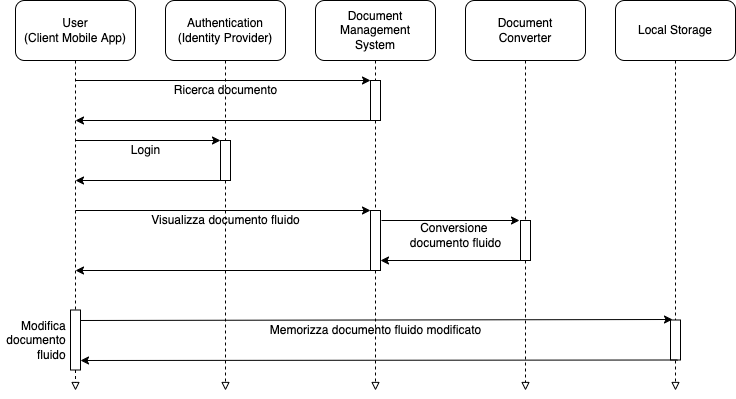
This is img/tesi-2-Use-case2.drawio.png from paganellif/tesi-paganelli, a draw.io export, as it was before one commit. Source tidied: cells renumbered, new cells last; positions are measured from the earlier drawing's top-left corner, leaving out a move shared by most shapes. Source of this version:
```xml
<mxGraphModel>
  <root>
    <mxCell id="0" />
    <mxCell id="1" parent="0" />
    <mxCell id="2" style="edgeStyle=none;rounded=0;jettySize=auto;html=1;endArrow=block;endFill=0;dashed=1;strokeWidth=1;startArrow=none;" parent="1" edge="1" source="36">
      <mxGeometry relative="1" as="geometry">
        <mxPoint x="75" y="390" as="targetPoint" />
      </mxGeometry>
    </mxCell>
    <mxCell id="3" value="User&lt;br&gt;(Client Mobile App)" style="rounded=1;whiteSpace=wrap;html=1;" parent="1" vertex="1">
      <mxGeometry x="15" width="120" height="60" as="geometry" />
    </mxCell>
    <mxCell id="4" value="&lt;span style=&quot;&quot;&gt;Authentication&lt;/span&gt;&lt;br style=&quot;&quot;&gt;&lt;span style=&quot;&quot;&gt;(Identity Provider)&lt;/span&gt;" style="rounded=1;whiteSpace=wrap;html=1;" parent="1" vertex="1">
      <mxGeometry x="165" width="120" height="60" as="geometry" />
    </mxCell>
    <mxCell id="5" value="&lt;span style=&quot;&quot;&gt;Local Storage&lt;/span&gt;" style="rounded=1;whiteSpace=wrap;html=1;" parent="1" vertex="1">
      <mxGeometry x="615" width="120" height="60" as="geometry" />
    </mxCell>
    <mxCell id="6" value="&lt;span style=&quot;&quot;&gt;Document&lt;br&gt;&lt;/span&gt;&lt;span style=&quot;&quot;&gt;Converter&lt;/span&gt;" style="rounded=1;whiteSpace=wrap;html=1;" parent="1" vertex="1">
      <mxGeometry x="465" width="120" height="60" as="geometry" />
    </mxCell>
    <mxCell id="7" value="Document Management&lt;br&gt;System" style="rounded=1;whiteSpace=wrap;html=1;" parent="1" vertex="1">
      <mxGeometry x="315" width="120" height="60" as="geometry" />
    </mxCell>
    <mxCell id="8" style="edgeStyle=none;rounded=0;jettySize=auto;html=1;endArrow=block;endFill=0;dashed=1;strokeWidth=1;exitX=0.5;exitY=1;exitDx=0;exitDy=0;startArrow=none;" parent="1" edge="1" source="12">
      <mxGeometry relative="1" as="geometry">
        <mxPoint x="225" y="390" as="targetPoint" />
      </mxGeometry>
    </mxCell>
    <mxCell id="9" style="edgeStyle=none;rounded=0;jettySize=auto;html=1;endArrow=block;endFill=0;dashed=1;strokeWidth=1;exitX=0.5;exitY=1;exitDx=0;exitDy=0;startArrow=none;" parent="1" edge="1" source="17">
      <mxGeometry relative="1" as="geometry">
        <mxPoint x="375" y="390" as="targetPoint" />
      </mxGeometry>
    </mxCell>
    <mxCell id="10" style="edgeStyle=none;rounded=0;jettySize=auto;html=1;endArrow=block;endFill=0;dashed=1;strokeWidth=1;exitX=0.5;exitY=1;exitDx=0;exitDy=0;startArrow=none;" parent="1" edge="1" source="22">
      <mxGeometry relative="1" as="geometry">
        <mxPoint x="525" y="390" as="targetPoint" />
      </mxGeometry>
    </mxCell>
    <mxCell id="11" style="edgeStyle=none;rounded=0;jettySize=auto;html=1;endArrow=block;endFill=0;dashed=1;strokeWidth=1;exitX=0.5;exitY=1;exitDx=0;exitDy=0;" parent="1" edge="1" source="5">
      <mxGeometry relative="1" as="geometry">
        <mxPoint x="675" y="390" as="targetPoint" />
      </mxGeometry>
    </mxCell>
    <mxCell id="12" style="rounded=0;whiteSpace=wrap;html=1;" parent="1" vertex="1">
      <mxGeometry x="220" y="140" width="10" height="40" as="geometry" />
    </mxCell>
    <mxCell id="13" style="edgeStyle=none;rounded=0;jettySize=auto;html=1;endArrow=none;endFill=0;dashed=1;strokeWidth=1;exitX=0.5;exitY=1;exitDx=0;exitDy=0;" parent="1" edge="1" source="4" target="12">
      <mxGeometry relative="1" as="geometry" />
    </mxCell>
    <mxCell id="14" style="endArrow=classic;html=1;rounded=0;strokeWidth=1;" parent="1" edge="1">
      <mxGeometry relative="1" as="geometry">
        <mxPoint x="75" y="140" as="sourcePoint" />
        <mxPoint x="220" y="140" as="targetPoint" />
      </mxGeometry>
    </mxCell>
    <mxCell id="15" style="endArrow=none;html=1;rounded=0;strokeWidth=1;startArrow=classic;startFill=1;endFill=0;" parent="1" edge="1">
      <mxGeometry relative="1" as="geometry">
        <mxPoint x="75" y="180" as="sourcePoint" />
        <mxPoint x="220" y="180" as="targetPoint" />
      </mxGeometry>
    </mxCell>
    <mxCell id="16" value="Login" style="text;html=1;align=center;verticalAlign=middle;strokeColor=none;fillColor=none;" parent="1" vertex="1">
      <mxGeometry x="125" y="140" width="40" height="20" as="geometry" />
    </mxCell>
    <mxCell id="17" style="rounded=0;whiteSpace=wrap;html=1;" parent="1" vertex="1">
      <mxGeometry x="370" y="210" width="10" height="60" as="geometry" />
    </mxCell>
    <mxCell id="18" style="edgeStyle=none;rounded=0;jettySize=auto;html=1;endArrow=none;endFill=0;dashed=1;strokeWidth=1;exitX=0.5;exitY=1;exitDx=0;exitDy=0;" parent="1" edge="1" source="7" target="17">
      <mxGeometry relative="1" as="geometry" />
    </mxCell>
    <mxCell id="19" style="endArrow=none;html=1;rounded=0;strokeWidth=1;startArrow=classic;startFill=1;endFill=0;" parent="1" edge="1">
      <mxGeometry relative="1" as="geometry">
        <mxPoint x="370" y="210" as="sourcePoint" />
        <mxPoint x="75" y="210" as="targetPoint" />
      </mxGeometry>
    </mxCell>
    <mxCell id="20" style="endArrow=none;html=1;rounded=0;strokeWidth=1;startArrow=classic;startFill=1;endFill=0;" parent="1" edge="1">
      <mxGeometry relative="1" as="geometry">
        <mxPoint x="75" y="270" as="sourcePoint" />
        <mxPoint x="370" y="270" as="targetPoint" />
      </mxGeometry>
    </mxCell>
    <mxCell id="21" value="Visualizza documento fluido" style="text;html=1;align=center;verticalAlign=middle;strokeColor=none;fillColor=none;" parent="1" vertex="1">
      <mxGeometry x="145" y="210" width="160" height="20" as="geometry" />
    </mxCell>
    <mxCell id="22" style="rounded=0;whiteSpace=wrap;html=1;" parent="1" vertex="1">
      <mxGeometry x="520" y="220" width="10" height="40" as="geometry" />
    </mxCell>
    <mxCell id="23" style="edgeStyle=none;rounded=0;jettySize=auto;html=1;endArrow=none;endFill=0;dashed=1;strokeWidth=1;exitX=0.5;exitY=1;exitDx=0;exitDy=0;" parent="1" edge="1" source="6" target="22">
      <mxGeometry relative="1" as="geometry" />
    </mxCell>
    <mxCell id="24" style="endArrow=none;html=1;rounded=0;strokeWidth=1;startArrow=classic;startFill=1;endFill=0;" parent="1" edge="1">
      <mxGeometry relative="1" as="geometry">
        <mxPoint x="380" y="260" as="sourcePoint" />
        <mxPoint x="525" y="260" as="targetPoint" />
      </mxGeometry>
    </mxCell>
    <mxCell id="25" style="endArrow=none;html=1;rounded=0;strokeWidth=1;startArrow=classic;startFill=1;endFill=0;" parent="1" edge="1">
      <mxGeometry relative="1" as="geometry">
        <mxPoint x="519" y="220" as="sourcePoint" />
        <mxPoint x="381" y="220" as="targetPoint" />
      </mxGeometry>
    </mxCell>
    <mxCell id="26" value="Conversione &lt;br&gt;documento fluido" style="text;html=1;align=center;verticalAlign=middle;strokeColor=none;fillColor=none;" parent="1" vertex="1">
      <mxGeometry x="400" y="220" width="110" height="30" as="geometry" />
    </mxCell>
    <mxCell id="27" value="Modifica &lt;br&gt;documento &lt;br&gt;&lt;div style=&quot;&quot;&gt;&lt;span style=&quot;background-color: initial;&quot;&gt;fluido&amp;nbsp;&lt;/span&gt;&lt;/div&gt;" style="text;html=1;align=right;verticalAlign=middle;strokeColor=none;fillColor=none;" parent="1" vertex="1">
      <mxGeometry y="314.5" width="70" height="50" as="geometry" />
    </mxCell>
    <mxCell id="28" style="rounded=0;whiteSpace=wrap;html=1;" parent="1" vertex="1">
      <mxGeometry x="670" y="319.5" width="10" height="40" as="geometry" />
    </mxCell>
    <mxCell id="29" style="endArrow=none;html=1;rounded=0;strokeWidth=1;startArrow=classic;startFill=1;endFill=0;" parent="1" edge="1">
      <mxGeometry relative="1" as="geometry">
        <mxPoint x="80" y="360" as="sourcePoint" />
        <mxPoint x="677" y="359.5" as="targetPoint" />
      </mxGeometry>
    </mxCell>
    <mxCell id="30" style="endArrow=none;html=1;rounded=0;strokeWidth=1;startArrow=classic;startFill=1;endFill=0;" parent="1" edge="1">
      <mxGeometry relative="1" as="geometry">
        <mxPoint x="672" y="319" as="sourcePoint" />
        <mxPoint x="75" y="320" as="targetPoint" />
      </mxGeometry>
    </mxCell>
    <mxCell id="31" value="Memorizza documento fluido modificato" style="text;html=1;align=center;verticalAlign=middle;strokeColor=none;fillColor=none;" parent="1" vertex="1">
      <mxGeometry x="260" y="319.5" width="230" height="20" as="geometry" />
    </mxCell>
    <mxCell id="32" style="rounded=0;whiteSpace=wrap;html=1;" parent="1" vertex="1">
      <mxGeometry x="370" y="80" width="10" height="40" as="geometry" />
    </mxCell>
    <mxCell id="33" style="endArrow=none;html=1;rounded=0;strokeWidth=1;startArrow=classic;startFill=1;endFill=0;" parent="1" edge="1">
      <mxGeometry relative="1" as="geometry">
        <mxPoint x="370" y="80" as="sourcePoint" />
        <mxPoint x="75" y="80" as="targetPoint" />
      </mxGeometry>
    </mxCell>
    <mxCell id="34" style="endArrow=none;html=1;rounded=0;strokeWidth=1;startArrow=classic;startFill=1;endFill=0;" parent="1" edge="1">
      <mxGeometry relative="1" as="geometry">
        <mxPoint x="75" y="120" as="sourcePoint" />
        <mxPoint x="370" y="120" as="targetPoint" />
      </mxGeometry>
    </mxCell>
    <mxCell id="35" value="Ricerca documento" style="text;html=1;align=center;verticalAlign=middle;strokeColor=none;fillColor=none;" parent="1" vertex="1">
      <mxGeometry x="165" y="80" width="120" height="20" as="geometry" />
    </mxCell>
    <mxCell id="36" style="rounded=0;whiteSpace=wrap;html=1;" parent="1" vertex="1">
      <mxGeometry x="70" y="309.5" width="10" height="60" as="geometry" />
    </mxCell>
    <mxCell id="37" style="edgeStyle=none;rounded=0;jettySize=auto;html=1;endArrow=none;endFill=0;dashed=1;strokeWidth=1;" parent="1" edge="1" source="3" target="36">
      <mxGeometry relative="1" as="geometry" />
    </mxCell>
  </root>
</mxGraphModel>
```
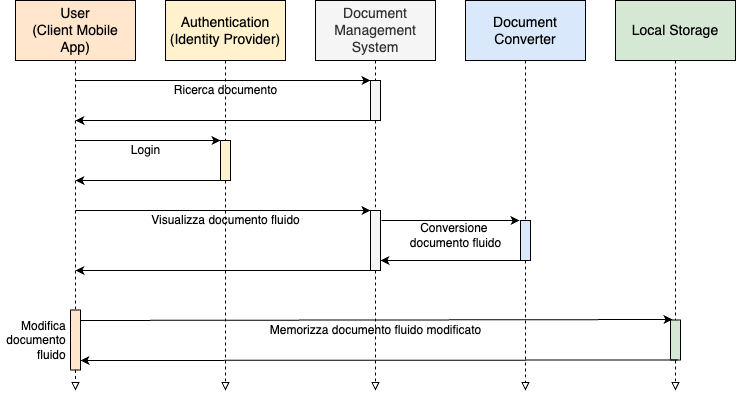
Later version of the same file.

The edit, as a diff of the source:
```diff
@@ -2,27 +2,12 @@
   <root>
     <mxCell id="0" />
     <mxCell id="1" parent="0" />
-    <mxCell id="2" style="edgeStyle=none;rounded=0;jettySize=auto;html=1;endArrow=block;endFill=0;dashed=1;strokeWidth=1;startArrow=none;" parent="1" edge="1" source="36">
+    <mxCell id="2" style="edgeStyle=none;rounded=0;jettySize=auto;html=1;endArrow=block;endFill=0;dashed=1;strokeWidth=1;startArrow=none;strokeColor=#000000;" parent="1" edge="1" source="36">
       <mxGeometry relative="1" as="geometry">
         <mxPoint x="75" y="390" as="targetPoint" />
       </mxGeometry>
     </mxCell>
-    <mxCell id="3" value="User&lt;br&gt;(Client Mobile App)" style="rounded=1;whiteSpace=wrap;html=1;" parent="1" vertex="1">
-      <mxGeometry x="15" width="120" height="60" as="geometry" />
-    </mxCell>
-    <mxCell id="4" value="&lt;span style=&quot;&quot;&gt;Authentication&lt;/span&gt;&lt;br style=&quot;&quot;&gt;&lt;span style=&quot;&quot;&gt;(Identity Provider)&lt;/span&gt;" style="rounded=1;whiteSpace=wrap;html=1;" parent="1" vertex="1">
-      <mxGeometry x="165" width="120" height="60" as="geometry" />
-    </mxCell>
-    <mxCell id="5" value="&lt;span style=&quot;&quot;&gt;Local Storage&lt;/span&gt;" style="rounded=1;whiteSpace=wrap;html=1;" parent="1" vertex="1">
-      <mxGeometry x="615" width="120" height="60" as="geometry" />
-    </mxCell>
-    <mxCell id="6" value="&lt;span style=&quot;&quot;&gt;Document&lt;br&gt;&lt;/span&gt;&lt;span style=&quot;&quot;&gt;Converter&lt;/span&gt;" style="rounded=1;whiteSpace=wrap;html=1;" parent="1" vertex="1">
-      <mxGeometry x="465" width="120" height="60" as="geometry" />
-    </mxCell>
-    <mxCell id="7" value="Document Management&lt;br&gt;System" style="rounded=1;whiteSpace=wrap;html=1;" parent="1" vertex="1">
-      <mxGeometry x="315" width="120" height="60" as="geometry" />
-    </mxCell>
-    <mxCell id="8" style="edgeStyle=none;rounded=0;jettySize=auto;html=1;endArrow=block;endFill=0;dashed=1;strokeWidth=1;exitX=0.5;exitY=1;exitDx=0;exitDy=0;startArrow=none;" parent="1" edge="1" source="12">
+    <mxCell id="8" style="edgeStyle=none;rounded=0;jettySize=auto;html=1;endArrow=block;endFill=0;dashed=1;strokeWidth=1;exitX=0.5;exitY=1;exitDx=0;exitDy=0;startArrow=none;strokeColor=#000000;" parent="1" edge="1" source="12">
       <mxGeometry relative="1" as="geometry">
         <mxPoint x="225" y="390" as="targetPoint" />
       </mxGeometry>
@@ -32,29 +17,32 @@
         <mxPoint x="375" y="390" as="targetPoint" />
       </mxGeometry>
     </mxCell>
-    <mxCell id="10" style="edgeStyle=none;rounded=0;jettySize=auto;html=1;endArrow=block;endFill=0;dashed=1;strokeWidth=1;exitX=0.5;exitY=1;exitDx=0;exitDy=0;startArrow=none;" parent="1" edge="1" source="22">
+    <mxCell id="10" style="edgeStyle=none;rounded=0;jettySize=auto;html=1;endArrow=block;endFill=0;dashed=1;strokeWidth=1;exitX=0.5;exitY=1;exitDx=0;exitDy=0;startArrow=none;strokeColor=#000000;" parent="1" edge="1" source="22">
       <mxGeometry relative="1" as="geometry">
         <mxPoint x="525" y="390" as="targetPoint" />
       </mxGeometry>
     </mxCell>
-    <mxCell id="11" style="edgeStyle=none;rounded=0;jettySize=auto;html=1;endArrow=block;endFill=0;dashed=1;strokeWidth=1;exitX=0.5;exitY=1;exitDx=0;exitDy=0;" parent="1" edge="1" source="5">
+    <mxCell id="11" style="edgeStyle=none;rounded=0;orthogonalLoop=1;jettySize=auto;html=1;endArrow=block;endFill=0;dashed=1;strokeWidth=1;exitX=0.5;exitY=1;exitDx=0;exitDy=0;" parent="1" edge="1">
       <mxGeometry relative="1" as="geometry">
+        <mxPoint x="675" y="60" as="sourcePoint" />
         <mxPoint x="675" y="390" as="targetPoint" />
       </mxGeometry>
     </mxCell>
-    <mxCell id="12" style="rounded=0;whiteSpace=wrap;html=1;" parent="1" vertex="1">
+    <mxCell id="12" style="rounded=0;whiteSpace=wrap;html=1;fillColor=#fff2cc;strokeColor=#000000;" parent="1" vertex="1">
       <mxGeometry x="220" y="140" width="10" height="40" as="geometry" />
     </mxCell>
-    <mxCell id="13" style="edgeStyle=none;rounded=0;jettySize=auto;html=1;endArrow=none;endFill=0;dashed=1;strokeWidth=1;exitX=0.5;exitY=1;exitDx=0;exitDy=0;" parent="1" edge="1" source="4" target="12">
-      <mxGeometry relative="1" as="geometry" />
+    <mxCell id="13" style="edgeStyle=none;rounded=0;jettySize=auto;html=1;endArrow=none;endFill=0;dashed=1;strokeWidth=1;exitX=0.5;exitY=1;exitDx=0;exitDy=0;" parent="1" edge="1" target="12">
+      <mxGeometry relative="1" as="geometry">
+        <mxPoint x="225" y="60" as="sourcePoint" />
+      </mxGeometry>
     </mxCell>
-    <mxCell id="14" style="endArrow=classic;html=1;rounded=0;strokeWidth=1;" parent="1" edge="1">
+    <mxCell id="14" style="endArrow=classic;html=1;rounded=0;strokeWidth=1;strokeColor=#000000;" parent="1" edge="1">
       <mxGeometry relative="1" as="geometry">
         <mxPoint x="75" y="140" as="sourcePoint" />
         <mxPoint x="220" y="140" as="targetPoint" />
       </mxGeometry>
     </mxCell>
-    <mxCell id="15" style="endArrow=none;html=1;rounded=0;strokeWidth=1;startArrow=classic;startFill=1;endFill=0;" parent="1" edge="1">
+    <mxCell id="15" style="endArrow=none;html=1;rounded=0;strokeWidth=1;startArrow=classic;startFill=1;endFill=0;strokeColor=#000000;" parent="1" edge="1">
       <mxGeometry relative="1" as="geometry">
         <mxPoint x="75" y="180" as="sourcePoint" />
         <mxPoint x="220" y="180" as="targetPoint" />
@@ -63,11 +51,13 @@
     <mxCell id="16" value="Login" style="text;html=1;align=center;verticalAlign=middle;strokeColor=none;fillColor=none;" parent="1" vertex="1">
       <mxGeometry x="125" y="140" width="40" height="20" as="geometry" />
     </mxCell>
-    <mxCell id="17" style="rounded=0;whiteSpace=wrap;html=1;" parent="1" vertex="1">
+    <mxCell id="17" style="rounded=0;whiteSpace=wrap;html=1;fillColor=#f5f5f5;fontColor=#333333;strokeColor=#000000;" parent="1" vertex="1">
       <mxGeometry x="370" y="210" width="10" height="60" as="geometry" />
     </mxCell>
-    <mxCell id="18" style="edgeStyle=none;rounded=0;jettySize=auto;html=1;endArrow=none;endFill=0;dashed=1;strokeWidth=1;exitX=0.5;exitY=1;exitDx=0;exitDy=0;" parent="1" edge="1" source="7" target="17">
-      <mxGeometry relative="1" as="geometry" />
+    <mxCell id="18" style="edgeStyle=none;rounded=0;jettySize=auto;html=1;endArrow=none;endFill=0;dashed=1;strokeWidth=1;exitX=0.5;exitY=1;exitDx=0;exitDy=0;" parent="1" edge="1" target="17">
+      <mxGeometry relative="1" as="geometry">
+        <mxPoint x="375" y="60" as="sourcePoint" />
+      </mxGeometry>
     </mxCell>
     <mxCell id="19" style="endArrow=none;html=1;rounded=0;strokeWidth=1;startArrow=classic;startFill=1;endFill=0;" parent="1" edge="1">
       <mxGeometry relative="1" as="geometry">
@@ -84,11 +74,13 @@
     <mxCell id="21" value="Visualizza documento fluido" style="text;html=1;align=center;verticalAlign=middle;strokeColor=none;fillColor=none;" parent="1" vertex="1">
       <mxGeometry x="145" y="210" width="160" height="20" as="geometry" />
     </mxCell>
-    <mxCell id="22" style="rounded=0;whiteSpace=wrap;html=1;" parent="1" vertex="1">
+    <mxCell id="22" style="rounded=0;whiteSpace=wrap;html=1;fillColor=#dae8fc;strokeColor=#000000;" parent="1" vertex="1">
       <mxGeometry x="520" y="220" width="10" height="40" as="geometry" />
     </mxCell>
-    <mxCell id="23" style="edgeStyle=none;rounded=0;jettySize=auto;html=1;endArrow=none;endFill=0;dashed=1;strokeWidth=1;exitX=0.5;exitY=1;exitDx=0;exitDy=0;" parent="1" edge="1" source="6" target="22">
-      <mxGeometry relative="1" as="geometry" />
+    <mxCell id="23" style="edgeStyle=none;rounded=0;jettySize=auto;html=1;endArrow=none;endFill=0;dashed=1;strokeWidth=1;exitX=0.5;exitY=1;exitDx=0;exitDy=0;" parent="1" edge="1" target="22">
+      <mxGeometry relative="1" as="geometry">
+        <mxPoint x="525" y="60" as="sourcePoint" />
+      </mxGeometry>
     </mxCell>
     <mxCell id="24" style="endArrow=none;html=1;rounded=0;strokeWidth=1;startArrow=classic;startFill=1;endFill=0;" parent="1" edge="1">
       <mxGeometry relative="1" as="geometry">
@@ -108,7 +100,7 @@
     <mxCell id="27" value="Modifica &lt;br&gt;documento &lt;br&gt;&lt;div style=&quot;&quot;&gt;&lt;span style=&quot;background-color: initial;&quot;&gt;fluido&amp;nbsp;&lt;/span&gt;&lt;/div&gt;" style="text;html=1;align=right;verticalAlign=middle;strokeColor=none;fillColor=none;" parent="1" vertex="1">
       <mxGeometry y="314.5" width="70" height="50" as="geometry" />
     </mxCell>
-    <mxCell id="28" style="rounded=0;whiteSpace=wrap;html=1;" parent="1" vertex="1">
+    <mxCell id="28" style="rounded=0;whiteSpace=wrap;html=1;fillColor=#d5e8d4;strokeColor=#000000;" parent="1" vertex="1">
       <mxGeometry x="670" y="319.5" width="10" height="40" as="geometry" />
     </mxCell>
     <mxCell id="29" style="endArrow=none;html=1;rounded=0;strokeWidth=1;startArrow=classic;startFill=1;endFill=0;" parent="1" edge="1">
@@ -126,10 +118,10 @@
     <mxCell id="31" value="Memorizza documento fluido modificato" style="text;html=1;align=center;verticalAlign=middle;strokeColor=none;fillColor=none;" parent="1" vertex="1">
       <mxGeometry x="260" y="319.5" width="230" height="20" as="geometry" />
     </mxCell>
-    <mxCell id="32" style="rounded=0;whiteSpace=wrap;html=1;" parent="1" vertex="1">
+    <mxCell id="32" style="rounded=0;whiteSpace=wrap;html=1;fillColor=#f5f5f5;fontColor=#333333;strokeColor=#000000;" parent="1" vertex="1">
       <mxGeometry x="370" y="80" width="10" height="40" as="geometry" />
     </mxCell>
-    <mxCell id="33" style="endArrow=none;html=1;rounded=0;strokeWidth=1;startArrow=classic;startFill=1;endFill=0;" parent="1" edge="1">
+    <mxCell id="33" style="endArrow=none;html=1;rounded=0;strokeWidth=1;startArrow=classic;startFill=1;endFill=0;strokeColor=#000000;" parent="1" edge="1">
       <mxGeometry relative="1" as="geometry">
         <mxPoint x="370" y="80" as="sourcePoint" />
         <mxPoint x="75" y="80" as="targetPoint" />
@@ -144,11 +136,28 @@
     <mxCell id="35" value="Ricerca documento" style="text;html=1;align=center;verticalAlign=middle;strokeColor=none;fillColor=none;" parent="1" vertex="1">
       <mxGeometry x="165" y="80" width="120" height="20" as="geometry" />
     </mxCell>
-    <mxCell id="36" style="rounded=0;whiteSpace=wrap;html=1;" parent="1" vertex="1">
+    <mxCell id="36" style="rounded=0;whiteSpace=wrap;html=1;fillColor=#ffe6cc;strokeColor=#000000;" parent="1" vertex="1">
       <mxGeometry x="70" y="309.5" width="10" height="60" as="geometry" />
     </mxCell>
-    <mxCell id="37" style="edgeStyle=none;rounded=0;jettySize=auto;html=1;endArrow=none;endFill=0;dashed=1;strokeWidth=1;" parent="1" edge="1" source="3" target="36">
-      <mxGeometry relative="1" as="geometry" />
+    <mxCell id="37" style="edgeStyle=none;rounded=0;jettySize=auto;html=1;endArrow=none;endFill=0;dashed=1;strokeWidth=1;" parent="1" edge="1" target="36">
+      <mxGeometry relative="1" as="geometry">
+        <mxPoint x="75" y="60" as="sourcePoint" />
+      </mxGeometry>
     </mxCell>
+    <mxCell id="3" value="User&lt;br style=&quot;font-size: 14px;&quot;&gt;(Client Mobile App)" style="rounded=0;whiteSpace=wrap;html=1;fontSize=14;strokeColor=#000000;fillColor=#ffe6cc;" parent="1" vertex="1">
+      <mxGeometry x="15" width="120" height="60" as="geometry" />
+    </mxCell>
+    <mxCell id="4" value="Authentication&lt;br style=&quot;font-size: 14px;&quot;&gt;(Identity Provider)" style="rounded=0;whiteSpace=wrap;html=1;fontSize=14;strokeColor=#000000;fillColor=#fff2cc;" parent="1" vertex="1">
+      <mxGeometry x="165" width="120" height="60" as="geometry" />
+    </mxCell>
+    <mxCell id="7" value="Document Management&lt;br style=&quot;font-size: 14px;&quot;&gt;System" style="rounded=0;whiteSpace=wrap;html=1;fontSize=14;strokeColor=#000000;fillColor=#f5f5f5;fontColor=#333333;" parent="1" vertex="1">
+      <mxGeometry x="315" width="120" height="60" as="geometry" />
+    </mxCell>
+    <mxCell id="6" value="Document&lt;br style=&quot;font-size: 14px;&quot;&gt;Converter" style="rounded=0;whiteSpace=wrap;html=1;fontSize=14;strokeColor=#000000;fillColor=#dae8fc;" parent="1" vertex="1">
+      <mxGeometry x="465" width="120" height="60" as="geometry" />
+    </mxCell>
+    <mxCell id="5" value="Local Storage" style="rounded=0;whiteSpace=wrap;html=1;fontSize=14;strokeColor=#000000;fillColor=#d5e8d4;" parent="1" vertex="1">
+      <mxGeometry x="615" width="120" height="60" as="geometry" />
+    </mxCell>
   </root>
 </mxGraphModel>
```
